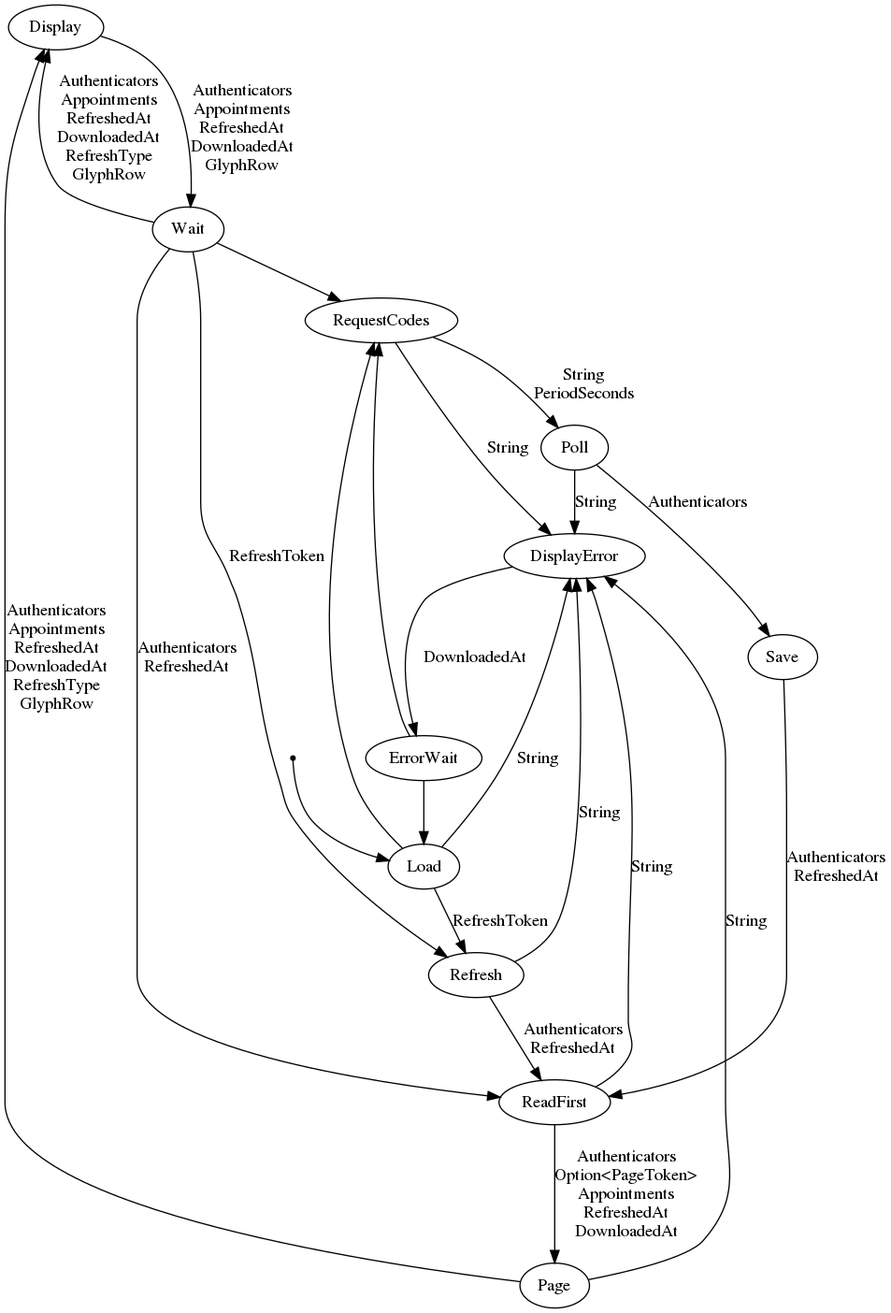
This is docs/cal_machine.png from kieranjwhite/calendar_mirror, a Graphviz export, as it was before one commit. Its source is kept beside it as docs/cal_machine.dot.
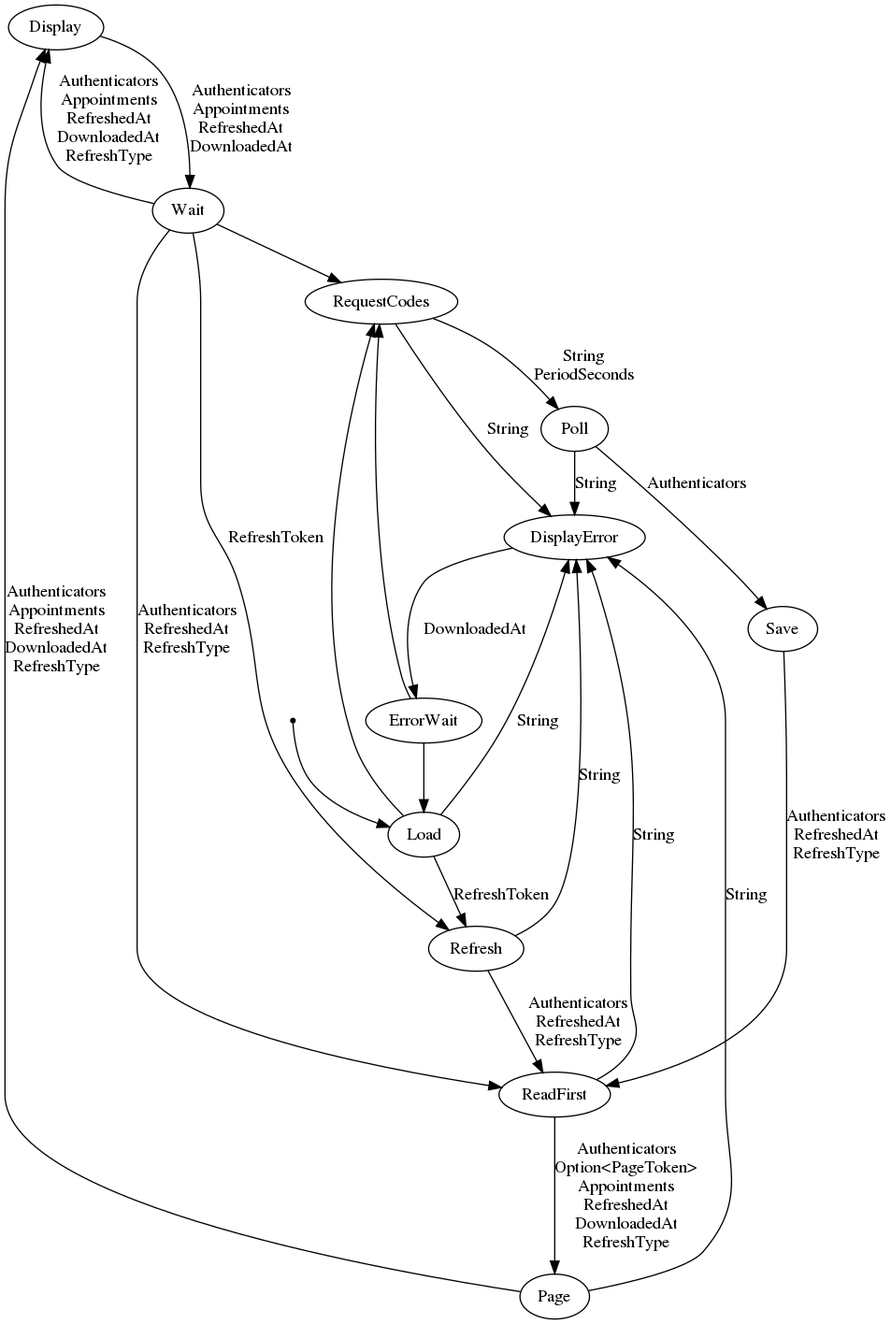
After the change.

Commit message:
updated cal_machine stm

What changed in the source:
```diff
@@ -19,9 +19,9 @@
     Wait -> RequestCodes[label=""];
     Load -> Refresh[label="RefreshToken\n"];
     Wait -> Refresh[label="RefreshToken\n"];
-    Refresh -> ReadFirst[label="Authenticators\nRefreshedAt\n"];
-    Save -> ReadFirst[label="Authenticators\nRefreshedAt\n"];
-    Wait -> ReadFirst[label="Authenticators\nRefreshedAt\n"];
+    Refresh -> ReadFirst[label="Authenticators\nRefreshedAt\nRefreshType\n"];
+    Save -> ReadFirst[label="Authenticators\nRefreshedAt\nRefreshType\n"];
+    Wait -> ReadFirst[label="Authenticators\nRefreshedAt\nRefreshType\n"];
     RequestCodes -> Poll[label="String\nPeriodSeconds\n"];
     Load -> DisplayError[label="String\n"];
     Page -> DisplayError[label="String\n"];
@@ -30,8 +30,8 @@
     Refresh -> DisplayError[label="String\n"];
     RequestCodes -> DisplayError[label="String\n"];
     Poll -> Save[label="Authenticators\n"];
-    ReadFirst -> Page[label="Authenticators\nOption<PageToken>\nAppointments\nRefreshedAt\nDownloadedAt\n"];
-    Page -> Display[label="Authenticators\nAppointments\nRefreshedAt\nDownloadedAt\nRefreshType\nGlyphRow\n"];
-    Wait -> Display[label="Authenticators\nAppointments\nRefreshedAt\nDownloadedAt\nRefreshType\nGlyphRow\n"];
-    Display -> Wait[label="Authenticators\nAppointments\nRefreshedAt\nDownloadedAt\nGlyphRow\n"];
+    ReadFirst -> Page[label="Authenticators\nOption<PageToken>\nAppointments\nRefreshedAt\nDownloadedAt\nRefreshType\n"];
+    Page -> Display[label="Authenticators\nAppointments\nRefreshedAt\nDownloadedAt\nRefreshType\n"];
+    Wait -> Display[label="Authenticators\nAppointments\nRefreshedAt\nDownloadedAt\nRefreshType\n"];
+    Display -> Wait[label="Authenticators\nAppointments\nRefreshedAt\nDownloadedAt\n"];
 }
```
